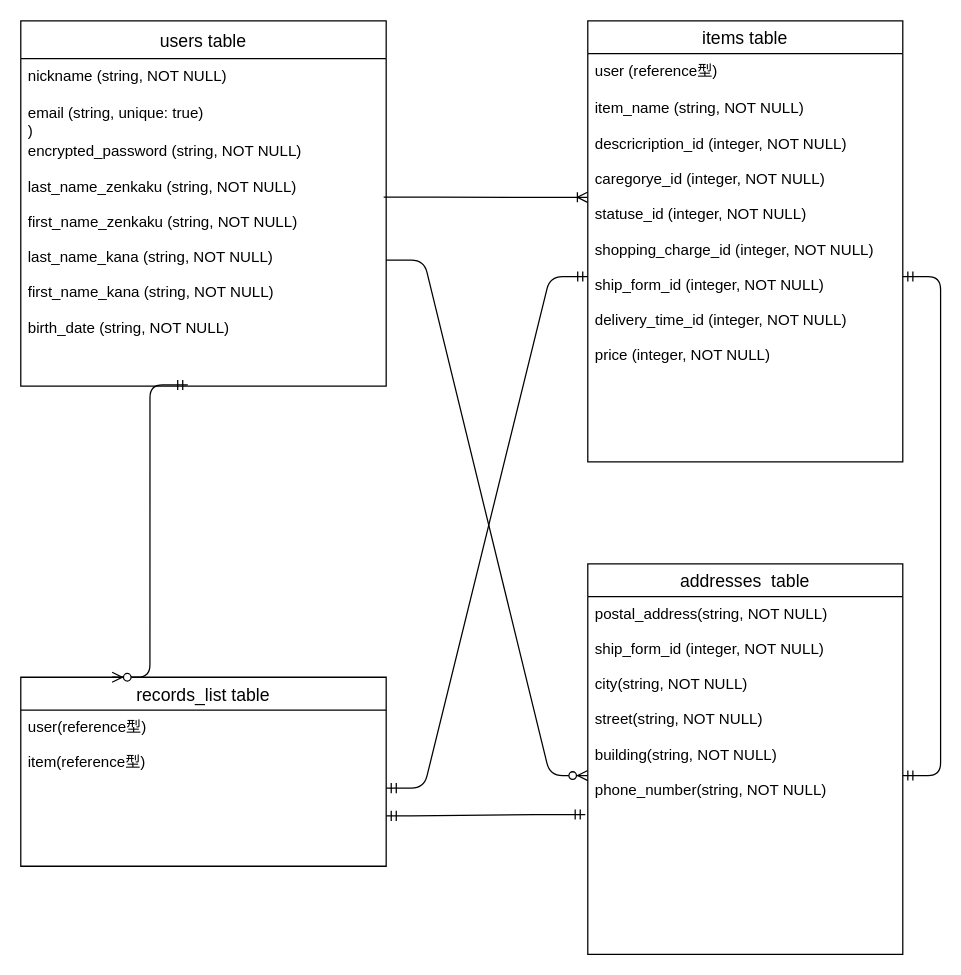
Earlier version of the draw.io diagram database.dio (manbou310/furima-35838). Source tidied: cells renumbered, new cells numbered last; positions are measured from the earlier drawing's top-left corner, leaving out a move shared by most shapes. Both pictures are drawn from the tidied source at 126%, with x=0, y=0 at pixel (20, 20).
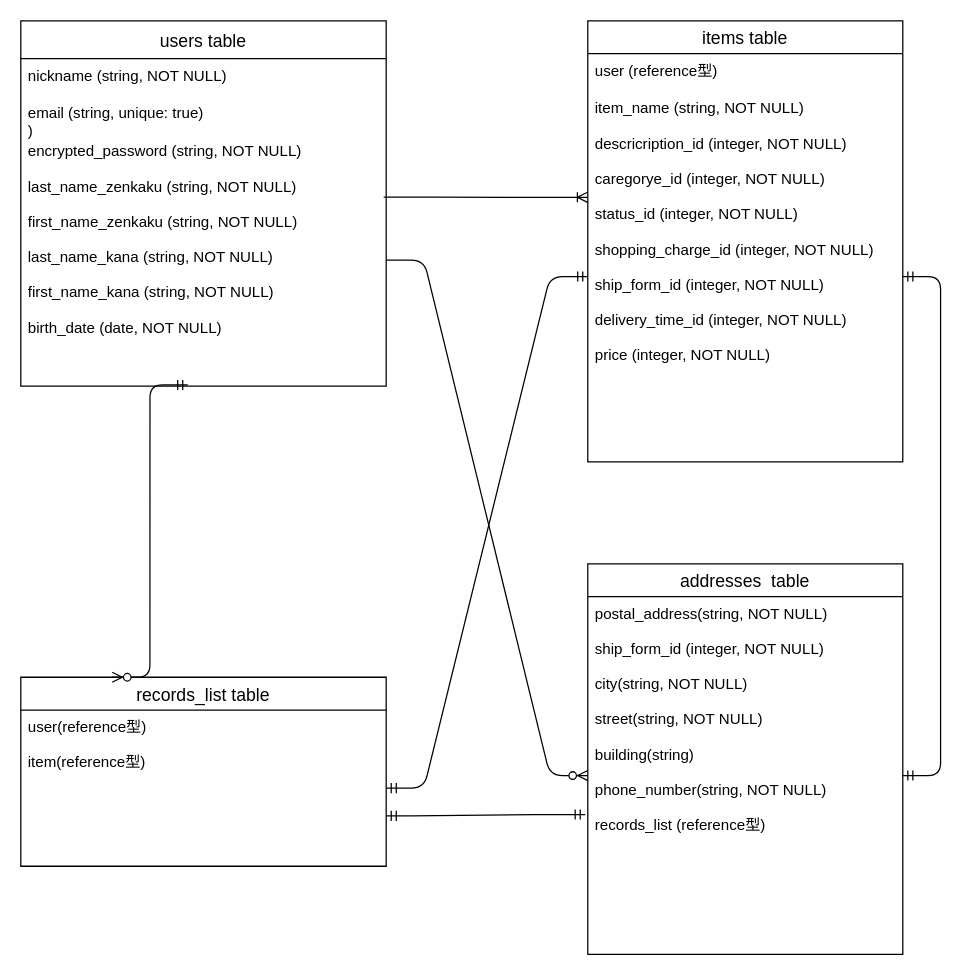
After the change.

Commit message (it also covers changes not shown here):
データベース設計修正#3

Unchanged cells that the change refers to:
```xml
<mxCell id="2" value="users table" style="swimlane;fontStyle=0;horizontal=1;startSize=30;align=center;fontSize=14;" parent="1" vertex="1">
  <mxGeometry width="290" height="290" as="geometry" />
</mxCell>
<mxCell id="6" value="addresses  table" style="swimlane;fontStyle=0;horizontal=1;startSize=26;align=center;fontSize=14;" parent="1" vertex="1">
  <mxGeometry x="450" y="431" width="250" height="310" as="geometry" />
</mxCell>
<mxCell id="8" value="items table" style="swimlane;fontStyle=0;horizontal=1;startSize=26;align=center;fontSize=14;" parent="1" vertex="1">
  <mxGeometry x="450" width="250" height="350" as="geometry" />
</mxCell>
```

What changed in the source:
```diff
@@
-    <mxCell id="5" value="encrypted_password (string, NOT NULL)&#10;&#10;last_name_zenkaku (string, NOT NULL)&#10;&#10;first_name_zenkaku (string, NOT NULL)&#10;&#10;last_name_kana (string, NOT NULL)&#10;&#10;first_name_kana (string, NOT NULL)&#10;&#10;birth_date (string, NOT NULL)&#10;" style="text;strokeColor=none;fillColor=none;spacingLeft=4;spacingRight=4;overflow=hidden;points=[[0,0.5],[1,0.5]];portConstraint=eastwest;fontSize=12;" parent="2" vertex="1">
+    <mxCell id="5" value="encrypted_password (string, NOT NULL)&#10;&#10;last_name_zenkaku (string, NOT NULL)&#10;&#10;first_name_zenkaku (string, NOT NULL)&#10;&#10;last_name_kana (string, NOT NULL)&#10;&#10;first_name_kana (string, NOT NULL)&#10;&#10;birth_date (date, NOT NULL)&#10;" style="text;strokeColor=none;fillColor=none;spacingLeft=4;spacingRight=4;overflow=hidden;points=[[0,0.5],[1,0.5]];portConstraint=eastwest;fontSize=12;" parent="2" vertex="1">
       <mxGeometry y="90" width="290" height="200" as="geometry" />
     </mxCell>
@@
-    <mxCell id="7" value="postal_address(string, NOT NULL)&#10;&#10;ship_form_id (integer, NOT NULL)&#10;&#10;city(string, NOT NULL)&#10;&#10;street(string, NOT NULL)&#10;&#10;building(string, NOT NULL)&#10;&#10;phone_number(string, NOT NULL)" style="text;strokeColor=none;fillColor=none;spacingLeft=4;spacingRight=4;overflow=hidden;points=[[0,0.5],[1,0.5]];portConstraint=eastwest;fontSize=12;" parent="6" vertex="1">
+    <mxCell id="7" value="postal_address(string, NOT NULL)&#10;&#10;ship_form_id (integer, NOT NULL)&#10;&#10;city(string, NOT NULL)&#10;&#10;street(string, NOT NULL)&#10;&#10;building(string)&#10;&#10;phone_number(string, NOT NULL)&#10;&#10;records_list (reference型)" style="text;strokeColor=none;fillColor=none;spacingLeft=4;spacingRight=4;overflow=hidden;points=[[0,0.5],[1,0.5]];portConstraint=eastwest;fontSize=12;" parent="6" vertex="1">
       <mxGeometry y="26" width="250" height="284" as="geometry" />
     </mxCell>
@@
-    <mxCell id="10" value="item_name (string, NOT NULL)&#10;&#10;descricription_id (integer, NOT NULL)&#10;&#10;caregorye_id (integer, NOT NULL)&#10;&#10;statuse_id (integer, NOT NULL)&#10;&#10;shopping_charge_id (integer, NOT NULL)&#10;&#10;ship_form_id (integer, NOT NULL)&#10;&#10;delivery_time_id (integer, NOT NULL)&#10;&#10;price (integer, NOT NULL)&#10;&#10;" style="text;strokeColor=none;fillColor=none;spacingLeft=4;spacingRight=4;overflow=hidden;points=[[0,0.5],[1,0.5]];portConstraint=eastwest;fontSize=12;" parent="8" vertex="1">
+    <mxCell id="10" value="item_name (string, NOT NULL)&#10;&#10;descricription_id (integer, NOT NULL)&#10;&#10;caregorye_id (integer, NOT NULL)&#10;&#10;status_id (integer, NOT NULL)&#10;&#10;shopping_charge_id (integer, NOT NULL)&#10;&#10;ship_form_id (integer, NOT NULL)&#10;&#10;delivery_time_id (integer, NOT NULL)&#10;&#10;price (integer, NOT NULL)&#10;&#10;" style="text;strokeColor=none;fillColor=none;spacingLeft=4;spacingRight=4;overflow=hidden;points=[[0,0.5],[1,0.5]];portConstraint=eastwest;fontSize=12;" parent="8" vertex="1">
       <mxGeometry y="56" width="250" height="294" as="geometry" />
     </mxCell>
```
